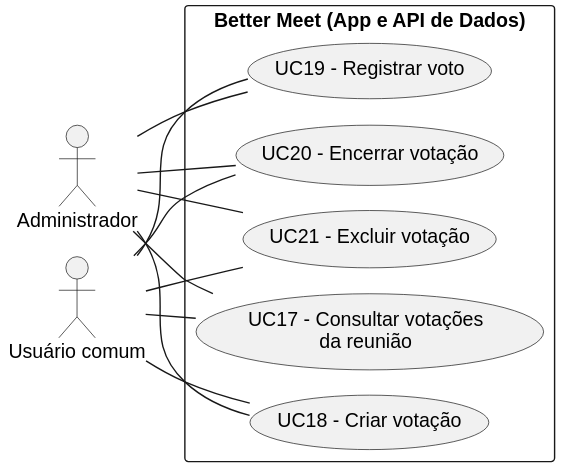
The PlantUML diagram documentos/entrega4_Di3/Diagramas/DCU-Votacoes.svg in MiguelIFSP/BRTPDS2-PROJETO-E-DESENVOLVIMENTO-DE-SISTEMAS-2, before a commit. Its diagram source:
```plantuml
@startuml
!pragma layout smetana
left to right direction
skinparam shadowing false
skinparam monochrome true
skinparam defaultFontName Arial
skinparam packageStyle rectangle

actor "Administrador" as Adm
actor "Usuário comum" as Usu

rectangle "Better Meet (App e API de Dados)" {
  usecase "UC17 - Consultar votações\nda reunião" as UC17
  usecase "UC18 - Criar votação" as UC18
  usecase "UC19 - Registrar voto" as UC19
  usecase "UC20 - Encerrar votação" as UC20
  usecase "UC21 - Excluir votação" as UC21
}

Adm -- UC17
Adm -- UC18
Adm -- UC19
Adm -- UC20
Adm -- UC21
Usu -- UC17
Usu -- UC18
Usu -- UC19
Usu -- UC20
Usu -- UC21
@enduml
```
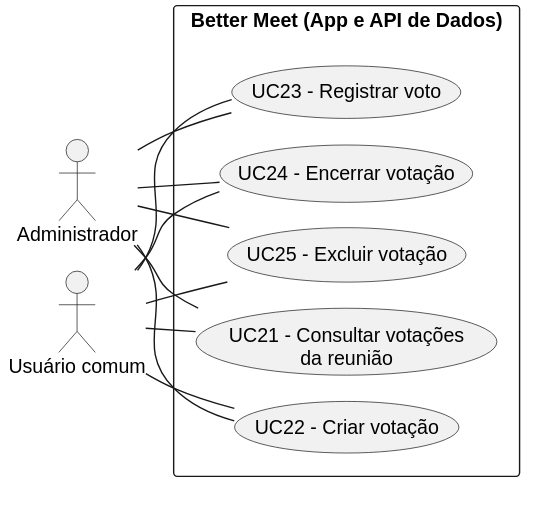
Above is the later version.

Diff of the diagram source:
```diff
@@ -10,21 +10,21 @@
 actor "Usuário comum" as Usu
 
 rectangle "Better Meet (App e API de Dados)" {
-  usecase "UC17 - Consultar votações\nda reunião" as UC17
-  usecase "UC18 - Criar votação" as UC18
-  usecase "UC19 - Registrar voto" as UC19
-  usecase "UC20 - Encerrar votação" as UC20
-  usecase "UC21 - Excluir votação" as UC21
+  usecase "UC21 - Consultar votações\nda reunião" as UC21
+  usecase "UC22 - Criar votação" as UC22
+  usecase "UC23 - Registrar voto" as UC23
+  usecase "UC24 - Encerrar votação" as UC24
+  usecase "UC25 - Excluir votação" as UC25
 }
 
-Adm -- UC17
-Adm -- UC18
-Adm -- UC19
-Adm -- UC20
 Adm -- UC21
-Usu -- UC17
-Usu -- UC18
-Usu -- UC19
-Usu -- UC20
+Adm -- UC22
+Adm -- UC23
+Adm -- UC24
+Adm -- UC25
 Usu -- UC21
+Usu -- UC22
+Usu -- UC23
+Usu -- UC24
+Usu -- UC25
 @enduml
```
